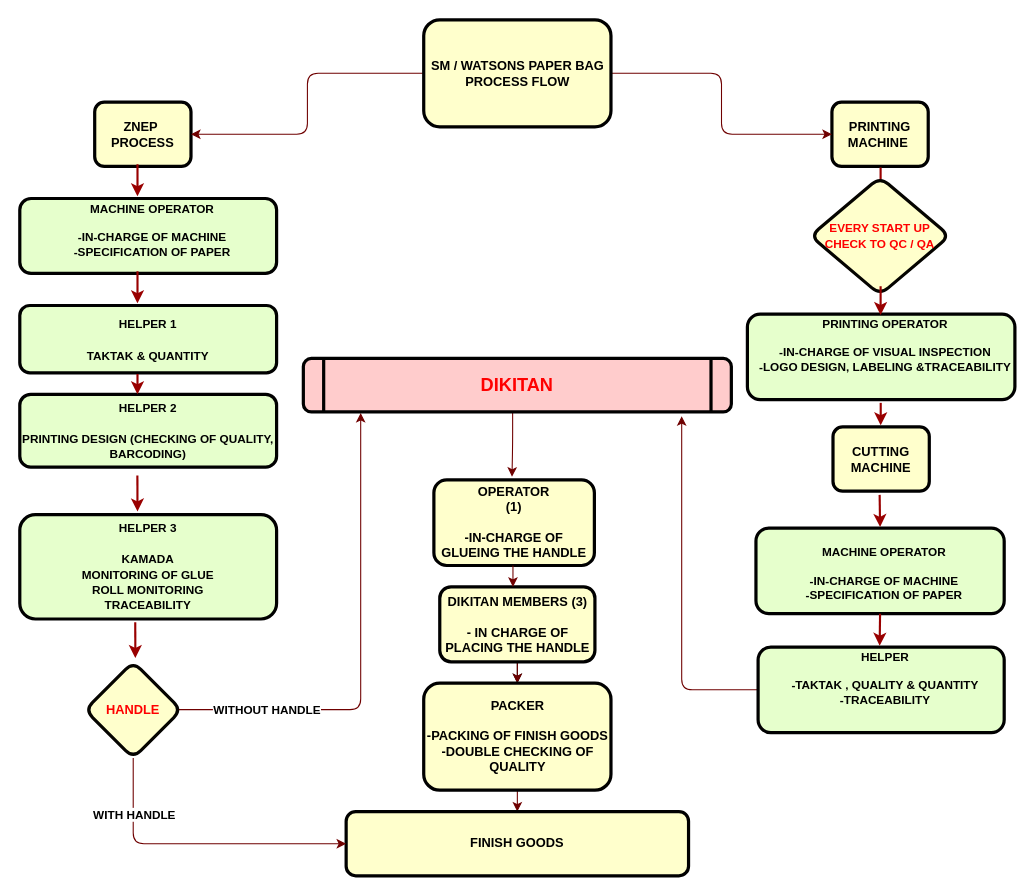
Before: page "Page-1" (1 of 2) of flowchart dikitan.drawio in r-dapsycobbsylbnt-8700/goit-markup-hw-01, a draw.io diagram. Source tidied: cells renumbered, new cells numbered last; positions are measured from the earlier drawing's top-left corner, leaving out a move shared by most shapes. Both pictures are drawn from the tidied source at 107%, with x=0, y=0 at pixel (19, 19).
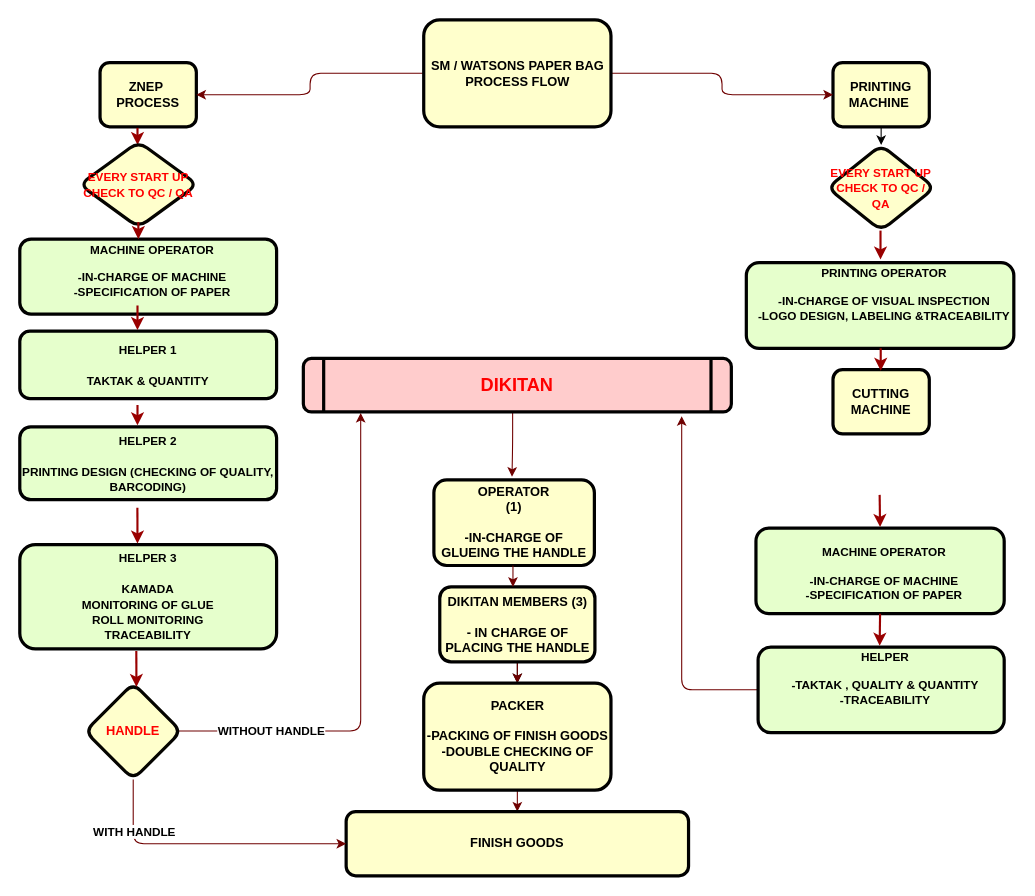
The same diagram, later.

What changed in the source:
```diff
@@
     <mxCell id="2" value="&lt;p style=&quot;margin: 0px; margin-top: 4px; text-align: center; text-decoration: underline;&quot;&gt;&lt;/p&gt;&lt;p style=&quot;margin: 0px 0px 0px 8px; font-size: 11px;&quot;&gt;&lt;font style=&quot;font-size: 11px;&quot;&gt;MACHINE OPERATOR&lt;/font&gt;&lt;/p&gt;&lt;p style=&quot;margin: 0px 0px 0px 8px; font-size: 11px;&quot;&gt;&lt;font style=&quot;font-size: 11px;&quot;&gt;&lt;br&gt;&lt;/font&gt;&lt;/p&gt;&lt;p style=&quot;margin: 0px 0px 0px 8px; font-size: 11px;&quot;&gt;&lt;font style=&quot;font-size: 11px;&quot;&gt;-IN-CHARGE OF MACHINE&lt;/font&gt;&lt;/p&gt;&lt;p style=&quot;margin: 0px 0px 0px 8px; font-size: 11px;&quot;&gt;&lt;font style=&quot;font-size: 11px;&quot;&gt;-SPECIFICATION OF PAPER&lt;/font&gt;&lt;/p&gt;" style="verticalAlign=middle;align=center;overflow=fill;fontSize=12;fontFamily=Helvetica;html=1;rounded=1;fontStyle=1;strokeWidth=3;fillColor=#E6FFCC;" parent="1" vertex="1">
-      <mxGeometry y="167" width="240" height="70" as="geometry" />
+      <mxGeometry y="205" width="240" height="70" as="geometry" />
     </mxCell>
     <mxCell id="3" value="ZNEP  PROCESS" style="whiteSpace=wrap;align=center;verticalAlign=middle;fontStyle=1;strokeWidth=3;fillColor=#FFFFCC;rounded=1;" parent="1" vertex="1">
-      <mxGeometry x="70" y="77" width="90" height="60" as="geometry" />
+      <mxGeometry x="75" y="40" width="90" height="60" as="geometry" />
     </mxCell>
     <mxCell id="4" value="CUTTING MACHINE" style="whiteSpace=wrap;align=center;verticalAlign=middle;fontStyle=1;strokeWidth=3;fillColor=#FFFFCC;rounded=1;" parent="1" vertex="1">
-      <mxGeometry x="760" y="380.5" width="90" height="60" as="geometry" />
+      <mxGeometry x="760" y="327" width="90" height="60" as="geometry" />
     </mxCell>
+    <mxCell id="42" style="edgeStyle=orthogonalEdgeStyle;rounded=1;jettySize=auto;html=1;" parent="1" edge="1" source="5" target="35">
+      <mxGeometry relative="1" as="geometry">
+        <Array as="points">
+          <mxPoint x="805" y="117" />
+          <mxPoint x="805" y="117" />
+        </Array>
+      </mxGeometry>
+    </mxCell>
     <mxCell id="5" value="PRINTING MACHINE " style="whiteSpace=wrap;align=center;verticalAlign=middle;fontStyle=1;strokeWidth=3;fillColor=#FFFFCC;rounded=1;" parent="1" vertex="1">
-      <mxGeometry x="759" y="77" width="90" height="60" as="geometry" />
+      <mxGeometry x="760" y="40" width="90" height="60" as="geometry" />
     </mxCell>
     <mxCell id="6" value="&lt;font style=&quot;font-size: 11px;&quot;&gt;HELPER 1&lt;br&gt;&lt;br&gt;TAKTAK &amp;amp; QUANTITY&lt;/font&gt;" style="whiteSpace=wrap;html=1;fillColor=#E6FFCC;rounded=1;fontStyle=1;strokeWidth=3;" parent="1" vertex="1">
-      <mxGeometry y="267" width="240" height="63" as="geometry" />
+      <mxGeometry y="291" width="240" height="63" as="geometry" />
     </mxCell>
     <mxCell id="7" value="&lt;font style=&quot;font-size: 11px;&quot;&gt;HELPER 2&lt;br&gt;&lt;br&gt;PRINTING DESIGN (CHECKING OF QUALITY, BARCODING)&lt;/font&gt;" style="whiteSpace=wrap;html=1;fillColor=#E6FFCC;rounded=1;fontStyle=1;strokeWidth=3;" parent="1" vertex="1">
-      <mxGeometry y="350" width="240" height="68" as="geometry" />
+      <mxGeometry y="380.5" width="240" height="68" as="geometry" />
     </mxCell>
@@
     <mxCell id="10" value="&lt;font style=&quot;font-size: 11px;&quot;&gt;HELPER 3&lt;br&gt;&lt;br&gt;KAMADA&lt;br&gt;MONITORING OF GLUE&lt;br&gt;ROLL MONITORING&lt;br&gt;TRACEABILITY&lt;br&gt;&lt;/font&gt;" style="whiteSpace=wrap;html=1;fillColor=#E6FFCC;rounded=1;fontStyle=1;strokeWidth=3;" parent="1" vertex="1">
-      <mxGeometry y="462.5" width="240" height="97.5" as="geometry" />
+      <mxGeometry y="490.5" width="240" height="97.5" as="geometry" />
     </mxCell>
@@
     <mxCell id="12" value="&lt;p style=&quot;margin: 0px; margin-top: 4px; text-align: center; text-decoration: underline;&quot;&gt;&lt;/p&gt;&lt;p style=&quot;margin: 0px 0px 0px 8px; font-size: 11px;&quot;&gt;&lt;span style=&quot;background-color: initial;&quot;&gt;PRINTING OPERATOR&lt;/span&gt;&lt;br&gt;&lt;/p&gt;&lt;p style=&quot;margin: 0px 0px 0px 8px; font-size: 11px;&quot;&gt;&lt;font style=&quot;font-size: 11px;&quot;&gt;&lt;br&gt;&lt;/font&gt;&lt;/p&gt;&lt;p style=&quot;margin: 0px 0px 0px 8px; font-size: 11px;&quot;&gt;&lt;font style=&quot;font-size: 11px;&quot;&gt;-IN-CHARGE OF VISUAL INSPECTION&lt;/font&gt;&lt;/p&gt;&lt;p style=&quot;margin: 0px 0px 0px 8px; font-size: 11px;&quot;&gt;&lt;font style=&quot;font-size: 11px;&quot;&gt;-LOGO DESIGN, LABELING &amp;amp;TRACEABILITY&lt;/font&gt;&lt;/p&gt;&lt;p style=&quot;margin: 0px 0px 0px 8px; font-size: 11px;&quot;&gt;&lt;font style=&quot;font-size: 11px;&quot;&gt;&lt;br&gt;&lt;/font&gt;&lt;/p&gt;" style="verticalAlign=middle;align=center;overflow=fill;fontSize=12;fontFamily=Helvetica;html=1;rounded=1;fontStyle=1;strokeWidth=3;fillColor=#E6FFCC;" parent="1" vertex="1">
-      <mxGeometry x="680" y="275" width="250" height="80" as="geometry" />
+      <mxGeometry x="679" y="227" width="250" height="80" as="geometry" />
     </mxCell>
@@
     <mxCell id="20" style="edgeStyle=none;noEdgeStyle=1;strokeColor=#990000;strokeWidth=2;rounded=1;" parent="1" edge="1">
       <mxGeometry relative="1" as="geometry">
-        <mxPoint x="110" y="135" as="sourcePoint" />
-        <mxPoint x="110" y="165" as="targetPoint" />
+        <mxPoint x="110" y="101" as="sourcePoint" />
+        <mxPoint x="110" y="117" as="targetPoint" />
       </mxGeometry>
     </mxCell>
     <mxCell id="21" style="edgeStyle=none;noEdgeStyle=1;strokeColor=#990000;strokeWidth=2;rounded=1;" parent="1" edge="1">
       <mxGeometry relative="1" as="geometry">
-        <mxPoint x="110" y="235" as="sourcePoint" />
-        <mxPoint x="110" y="265" as="targetPoint" />
+        <mxPoint x="110" y="267" as="sourcePoint" />
+        <mxPoint x="110" y="290" as="targetPoint" />
       </mxGeometry>
     </mxCell>
     <mxCell id="22" style="edgeStyle=none;noEdgeStyle=1;strokeColor=#990000;strokeWidth=2;rounded=1;" parent="1" edge="1">
       <mxGeometry relative="1" as="geometry">
-        <mxPoint x="110" y="331" as="sourcePoint" />
-        <mxPoint x="110" y="350" as="targetPoint" />
+        <mxPoint x="110" y="360" as="sourcePoint" />
+        <mxPoint x="110" y="379" as="targetPoint" />
       </mxGeometry>
     </mxCell>
     <mxCell id="23" style="edgeStyle=none;noEdgeStyle=1;strokeColor=#990000;strokeWidth=2;exitX=0.458;exitY=1.029;exitDx=0;exitDy=0;exitPerimeter=0;rounded=1;" parent="1" edge="1">
       <mxGeometry relative="1" as="geometry">
-        <mxPoint x="109.9" y="426" as="sourcePoint" />
-        <mxPoint x="110" y="459.5" as="targetPoint" />
+        <mxPoint x="109.9" y="456" as="sourcePoint" />
+        <mxPoint x="110" y="489.5" as="targetPoint" />
       </mxGeometry>
     </mxCell>
     <mxCell id="24" style="edgeStyle=none;noEdgeStyle=1;strokeColor=#990000;strokeWidth=2;rounded=1;" parent="1" edge="1">
       <mxGeometry relative="1" as="geometry">
-        <mxPoint x="804.6" y="358" as="sourcePoint" />
-        <mxPoint x="804.6" y="379" as="targetPoint" />
+        <mxPoint x="804.6" y="307" as="sourcePoint" />
+        <mxPoint x="804.6" y="328" as="targetPoint" />
       </mxGeometry>
     </mxCell>
@@
     <mxCell id="35" value="&lt;font style=&quot;font-size: 11px;&quot; color=&quot;#ff0000&quot;&gt;EVERY START UP CHECK TO QC / QA&lt;/font&gt;" style="rhombus;whiteSpace=wrap;html=1;rounded=1;fillColor=#FFFFCC;fontColor=#000000;strokeColor=#050400;strokeWidth=3;fontStyle=1;" parent="1" vertex="1">
-      <mxGeometry x="739" y="147" width="130" height="110" as="geometry" />
+      <mxGeometry x="755" y="117" width="100" height="80" as="geometry" />
     </mxCell>
     <mxCell id="36" style="edgeStyle=none;noEdgeStyle=1;strokeColor=#990000;strokeWidth=2;rounded=1;jumpSize=6;" parent="1" edge="1">
       <mxGeometry relative="1" as="geometry">
-        <mxPoint x="804.5" y="249" as="sourcePoint" />
-        <mxPoint x="804.5" y="276" as="targetPoint" />
+        <mxPoint x="804.4" y="197" as="sourcePoint" />
+        <mxPoint x="804.4" y="224" as="targetPoint" />
       </mxGeometry>
     </mxCell>
     <mxCell id="37" value="&lt;font color=&quot;#ff0000&quot;&gt;HANDLE&lt;br&gt;&lt;/font&gt;" style="rhombus;whiteSpace=wrap;html=1;rounded=1;fillColor=#FFFFCC;fontColor=#000000;strokeColor=#050400;strokeWidth=3;fontStyle=1;" parent="1" vertex="1">
-      <mxGeometry x="61" y="600" width="90" height="90" as="geometry" />
+      <mxGeometry x="61" y="620" width="90" height="90" as="geometry" />
     </mxCell>
     <mxCell id="38" style="edgeStyle=none;noEdgeStyle=1;strokeColor=#990000;strokeWidth=2;exitX=0.458;exitY=1.029;exitDx=0;exitDy=0;exitPerimeter=0;rounded=1;" parent="1" edge="1">
       <mxGeometry relative="1" as="geometry">
-        <mxPoint x="107.9" y="563" as="sourcePoint" />
-        <mxPoint x="108" y="596.5" as="targetPoint" />
+        <mxPoint x="108.9" y="590" as="sourcePoint" />
+        <mxPoint x="109" y="623.5" as="targetPoint" />
       </mxGeometry>
     </mxCell>
@@
+    <mxCell id="43" value="&lt;font style=&quot;font-size: 11px;&quot; color=&quot;#ff0000&quot;&gt;EVERY START UP CHECK TO QC / QA&lt;/font&gt;" style="rhombus;whiteSpace=wrap;html=1;rounded=1;fillColor=#FFFFCC;fontColor=#000000;strokeColor=#050400;strokeWidth=3;fontStyle=1;" parent="1" vertex="1">
+      <mxGeometry x="56" y="114" width="110" height="80" as="geometry" />
+    </mxCell>
+    <mxCell id="44" style="edgeStyle=none;noEdgeStyle=1;strokeColor=#990000;strokeWidth=2;rounded=1;" parent="1" edge="1">
+      <mxGeometry relative="1" as="geometry">
+        <mxPoint x="110.8" y="189" as="sourcePoint" />
+        <mxPoint x="110.8" y="205" as="targetPoint" />
+      </mxGeometry>
+    </mxCell>
```
